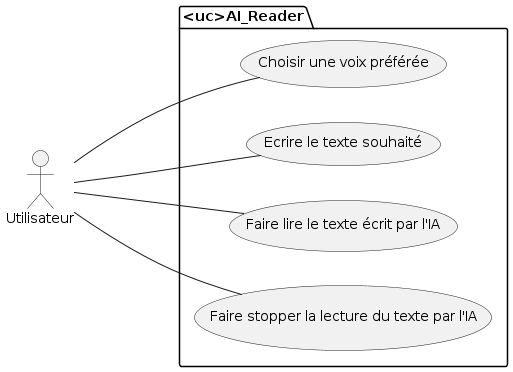
This is Annexes/user_case.png from mouazmohamed/ai-reader, a PlantUML export, as it was before one commit. The source it was exported from:
```plantuml
@startuml
left to right direction
:Utilisateur: as Utilisateur
package <uc>AI_Reader{
    Utilisateur --- (Choisir une voix préférée)
    Utilisateur --- (Ecrire le texte souhaité)
    Utilisateur --- (Faire lire le texte écrit par l'IA)
    Utilisateur --- (Faire stopper la lecture du texte par l'IA)
}
@enduml
```
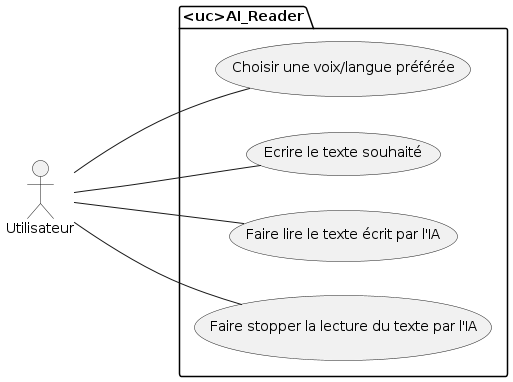
Above is the later version.

Commit message:
Projet Personnel - AI Reader

Change to the diagram source:
```diff
@@ -2,7 +2,7 @@
 left to right direction
 :Utilisateur: as Utilisateur
 package <uc>AI_Reader{
-    Utilisateur --- (Choisir une voix préférée)
+    Utilisateur --- (Choisir une voix/langue préférée)
     Utilisateur --- (Ecrire le texte souhaité)
     Utilisateur --- (Faire lire le texte écrit par l'IA)
     Utilisateur --- (Faire stopper la lecture du texte par l'IA)
```
